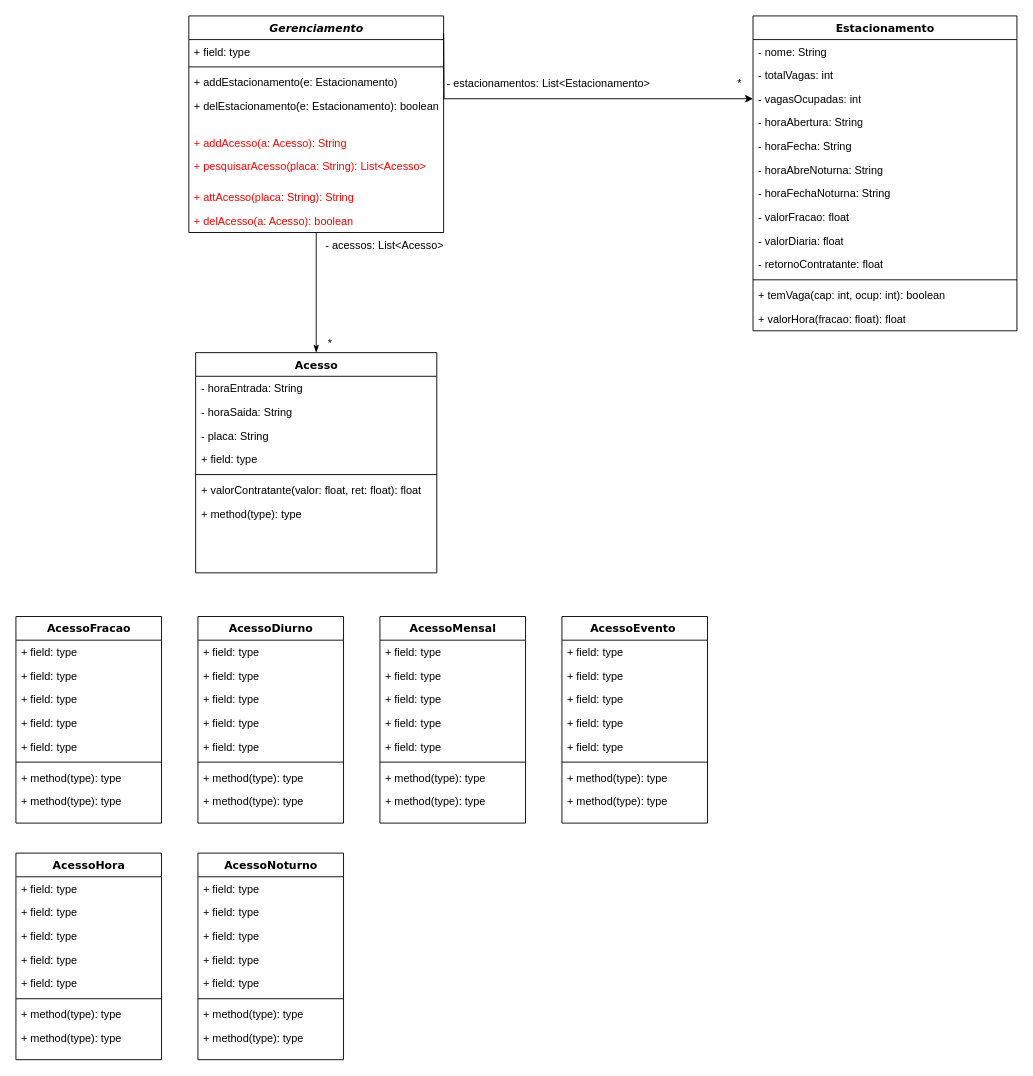
Earlier version of the draw.io diagram Entrega 1.drawio (FabricioDeQueiroz/Trabalho-OO). Source tidied: cells renumbered, new cells numbered last; positions are measured from the earlier drawing's top-left corner, leaving out a move shared by most shapes. Both pictures are drawn from the tidied source at 91%, with x=0, y=0 at pixel (15, 15).
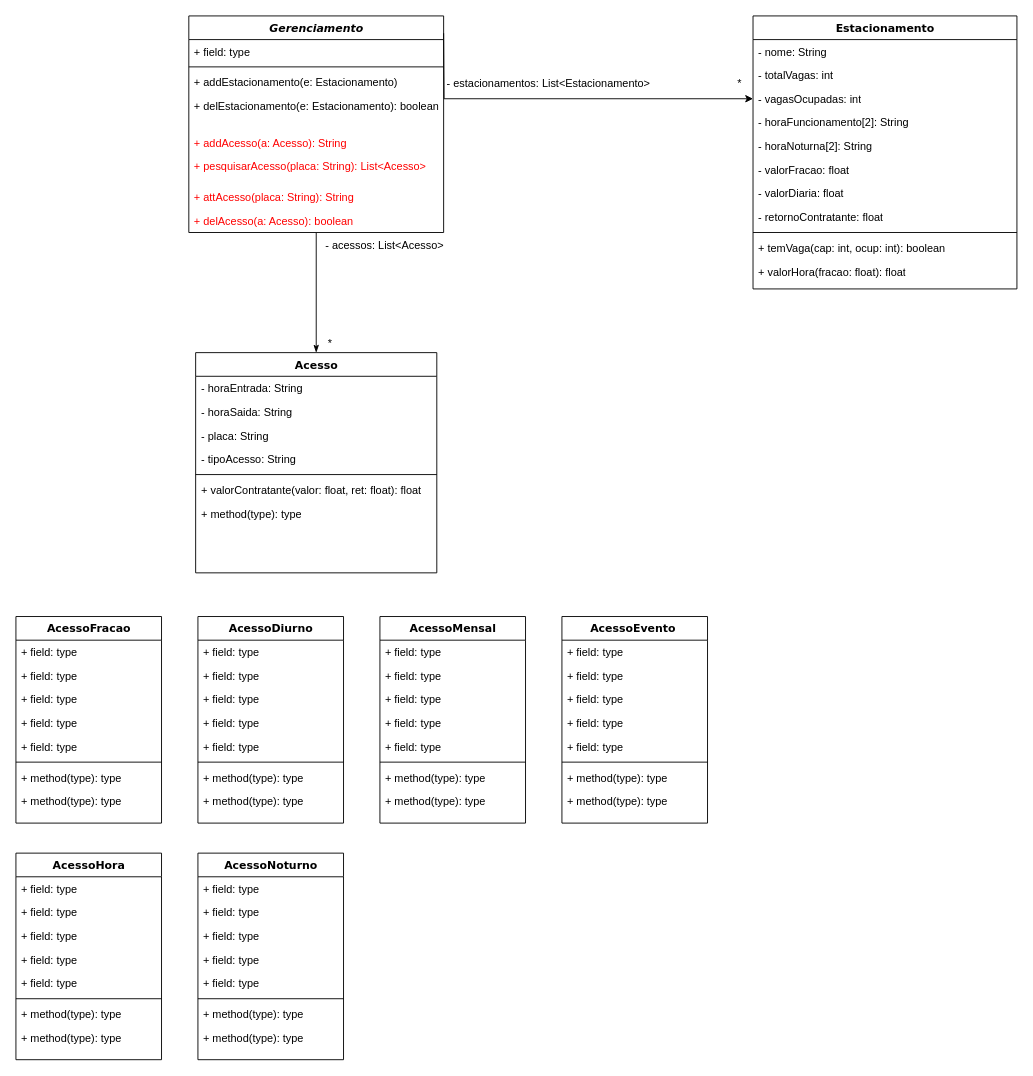
Above is the later version.

Unchanged cells that the change refers to:
```xml
<mxCell id="27" value="Acesso" style="swimlane;html=1;fontStyle=1;align=center;verticalAlign=top;horizontal=1;startSize=26;swimlaneFillColor=#ffffff;rounded=0;shadow=0;comic=0;labelBackgroundColor=none;strokeWidth=1;fillColor=none;fontFamily=Verdana;fontSize=12;" parent="1" vertex="1">
  <mxGeometry x="197.5" y="370" width="265" height="242" as="geometry" />
</mxCell>
```

Diff of the diagram source:
```diff
@@
     <mxCell id="12" value="Estacionamento" style="swimlane;html=1;fontStyle=1;align=center;verticalAlign=top;horizontal=1;startSize=26;swimlaneFillColor=#ffffff;rounded=0;shadow=0;comic=0;labelBackgroundColor=none;strokeWidth=1;fillColor=none;fontFamily=Verdana;fontSize=12;" parent="1" vertex="1">
-      <mxGeometry x="810" width="290" height="346" as="geometry" />
+      <mxGeometry x="810" width="290" height="300" as="geometry" />
     </mxCell>
@@
-    <mxCell id="16" value="- horaAbertura: String" style="text;html=1;strokeColor=none;fillColor=none;align=left;verticalAlign=top;spacingLeft=4;spacingRight=4;whiteSpace=wrap;overflow=hidden;" parent="12" vertex="1">
+    <mxCell id="16" value="- horaFuncionamento[2]: String" style="text;html=1;strokeColor=none;fillColor=none;align=left;verticalAlign=top;spacingLeft=4;spacingRight=4;whiteSpace=wrap;overflow=hidden;" parent="12" vertex="1">
       <mxGeometry y="104" width="290" height="26" as="geometry" />
     </mxCell>
-    <mxCell id="17" value="- horaFecha: String" style="text;html=1;strokeColor=none;fillColor=none;align=left;verticalAlign=top;spacingLeft=4;spacingRight=4;whiteSpace=wrap;overflow=hidden;" parent="12" vertex="1">
-      <mxGeometry y="130" width="290" height="26" as="geometry" />
-    </mxCell>
-    <mxCell id="18" value="- horaAbreNoturna: String" style="text;html=1;strokeColor=none;fillColor=none;align=left;verticalAlign=top;spacingLeft=4;spacingRight=4;whiteSpace=wrap;overflow=hidden;" parent="12" vertex="1">
-      <mxGeometry y="156" width="290" height="26" as="geometry" />
+    <mxCell id="18" value="- horaNoturna[2]: String" style="text;html=1;strokeColor=none;fillColor=none;align=left;verticalAlign=top;spacingLeft=4;spacingRight=4;whiteSpace=wrap;overflow=hidden;" parent="12" vertex="1">
+      <mxGeometry y="130" width="290" height="26" as="geometry" />
     </mxCell>
-    <mxCell id="19" value="- horaFechaNoturna: String" style="text;html=1;strokeColor=none;fillColor=none;align=left;verticalAlign=top;spacingLeft=4;spacingRight=4;whiteSpace=wrap;overflow=hidden;" parent="12" vertex="1">
-      <mxGeometry y="182" width="290" height="26" as="geometry" />
-    </mxCell>
     <mxCell id="20" value="- valorFracao: float" style="text;html=1;strokeColor=none;fillColor=none;align=left;verticalAlign=top;spacingLeft=4;spacingRight=4;whiteSpace=wrap;overflow=hidden;" parent="12" vertex="1">
-      <mxGeometry y="208" width="290" height="26" as="geometry" />
+      <mxGeometry y="156" width="290" height="26" as="geometry" />
     </mxCell>
     <mxCell id="21" value="- valorDiaria: float" style="text;html=1;strokeColor=none;fillColor=none;align=left;verticalAlign=top;spacingLeft=4;spacingRight=4;whiteSpace=wrap;overflow=hidden;" parent="12" vertex="1">
-      <mxGeometry y="234" width="290" height="26" as="geometry" />
+      <mxGeometry y="182" width="290" height="26" as="geometry" />
     </mxCell>
     <mxCell id="22" value="- retornoContratante: float" style="text;html=1;strokeColor=none;fillColor=none;align=left;verticalAlign=top;spacingLeft=4;spacingRight=4;whiteSpace=wrap;overflow=hidden;" parent="12" vertex="1">
-      <mxGeometry y="260" width="290" height="26" as="geometry" />
+      <mxGeometry y="208" width="290" height="26" as="geometry" />
     </mxCell>
     <mxCell id="23" style="line;html=1;strokeWidth=1;fillColor=none;align=left;verticalAlign=middle;spacingTop=-1;spacingLeft=3;spacingRight=3;labelPosition=right;" parent="12" vertex="1">
-      <mxGeometry y="286" width="290" height="8" as="geometry" />
+      <mxGeometry y="234" width="290" height="8" as="geometry" />
     </mxCell>
     <mxCell id="24" value="+ temVaga(cap: int, ocup: int): boolean&amp;nbsp;" style="text;html=1;strokeColor=none;fillColor=none;align=left;verticalAlign=top;spacingLeft=4;spacingRight=4;whiteSpace=wrap;overflow=hidden;" parent="12" vertex="1">
-      <mxGeometry y="294" width="290" height="26" as="geometry" />
+      <mxGeometry y="242" width="290" height="26" as="geometry" />
     </mxCell>
     <mxCell id="25" value="+ valorHora(fracao: float): float" style="text;html=1;strokeColor=none;fillColor=none;align=left;verticalAlign=top;spacingLeft=4;spacingRight=4;whiteSpace=wrap;overflow=hidden;" parent="12" vertex="1">
-      <mxGeometry y="320" width="290" height="26" as="geometry" />
+      <mxGeometry y="268" width="290" height="26" as="geometry" />
     </mxCell>
@@
-    <mxCell id="31" value="+ field: type" style="text;html=1;strokeColor=none;fillColor=none;align=left;verticalAlign=top;spacingLeft=4;spacingRight=4;whiteSpace=wrap;overflow=hidden;" parent="27" vertex="1">
+    <mxCell id="31" value="- tipoAcesso: String&amp;nbsp;" style="text;html=1;strokeColor=none;fillColor=none;align=left;verticalAlign=top;spacingLeft=4;spacingRight=4;whiteSpace=wrap;overflow=hidden;" parent="27" vertex="1">
       <mxGeometry y="104" width="265" height="26" as="geometry" />
     </mxCell>
```
